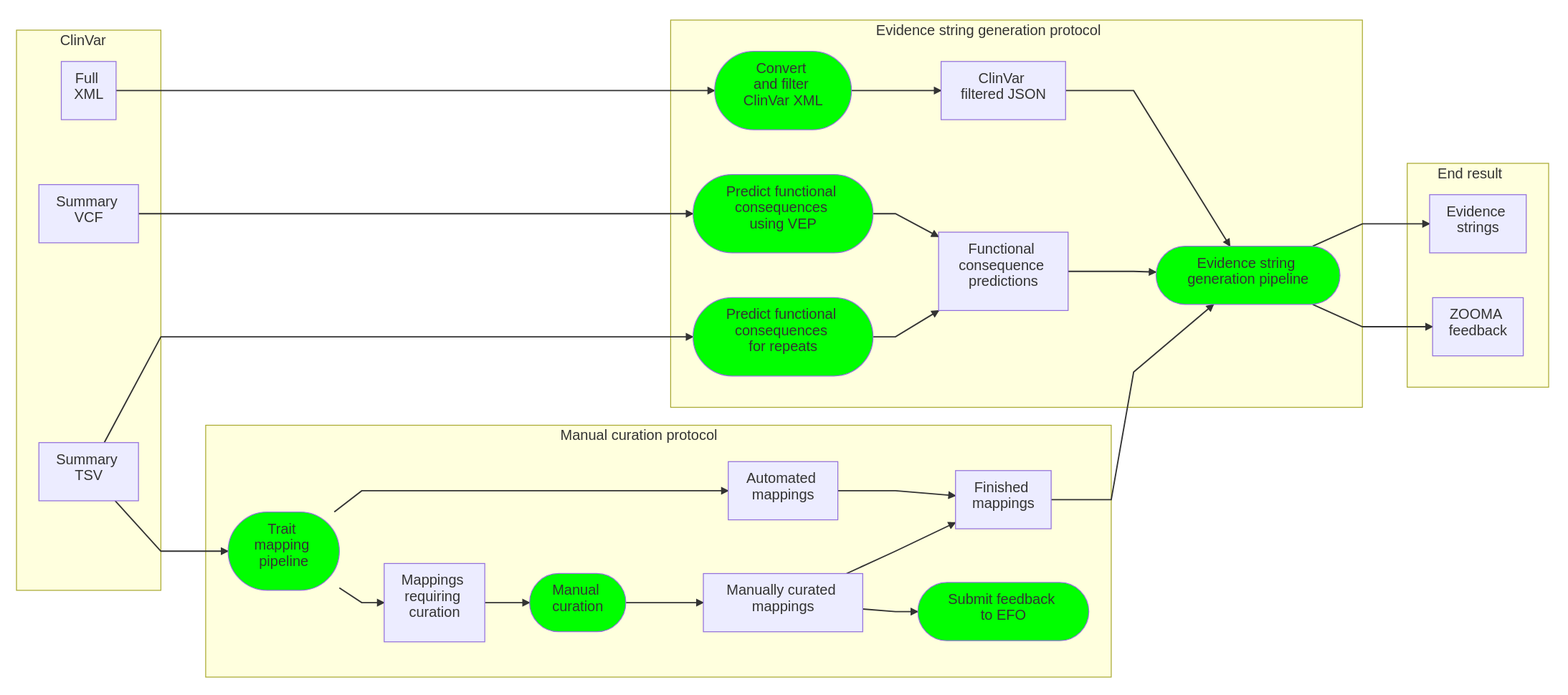
The Mermaid diagram docs/workflow-diagram/workflow.png in apriltuesday/eva-opentargets, before a commit. Its source is kept beside it as docs/workflow-diagram/workflow.mmd.
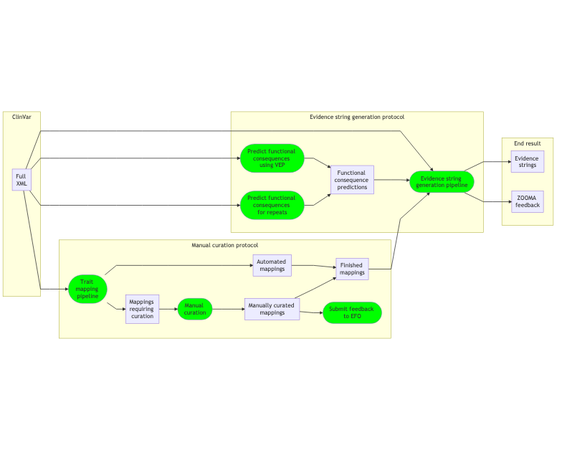
After the change.

Commit message:
update workflow diagram

What changed in the source:
```diff
@@ -1,13 +1,11 @@
 graph LR
 
   subgraph "ClinVar"
-    CLINVAR_TSV[Summary <br> TSV]
-    CLINVAR_VCF[Summary <br> VCF]
     CLINVAR_XML[Full <br> XML]
   end
 
   subgraph "Manual curation protocol"
-    CLINVAR_TSV
+    CLINVAR_XML
     --> TRAIT_MAPPING_PIPELINE([Trait <br> mapping <br> pipeline])
     --> AUTOMATED_MAPPINGS[Automated <br> mappings] & MAPPINGS_REQUIRING_CURATION[Mappings <br> requiring <br> curation]
 
@@ -24,19 +22,15 @@
 
   subgraph "Evidence string generation protocol"
     CLINVAR_XML
-    --> CONVERT_CLINVAR([Convert <br> and filter <br> ClinVar XML])
-    --> CLINVAR_JSON[ClinVar <br> filtered JSON]
-
-    CLINVAR_VCF
     --> PREDICT_CONSEQUENCES_VEP([Predict functional <br> consequences <br> using VEP])
 
-    CLINVAR_TSV
+    CLINVAR_XML
     --> PREDICT_CONSEQUENCES_REPEATS([Predict functional <br> consequences <br> for repeats])
 
     PREDICT_CONSEQUENCES_VEP & PREDICT_CONSEQUENCES_REPEATS
     --> CONSEQUENCES[Functional <br> consequence <br> predictions]
 
-    CLINVAR_JSON & CONSEQUENCES & FINISHED_MAPPINGS
+    CLINVAR_XML & CONSEQUENCES & FINISHED_MAPPINGS
     --> EVIDENCE_STRING_GENERATION([Evidence string <br> generation pipeline])
   end
 
```
